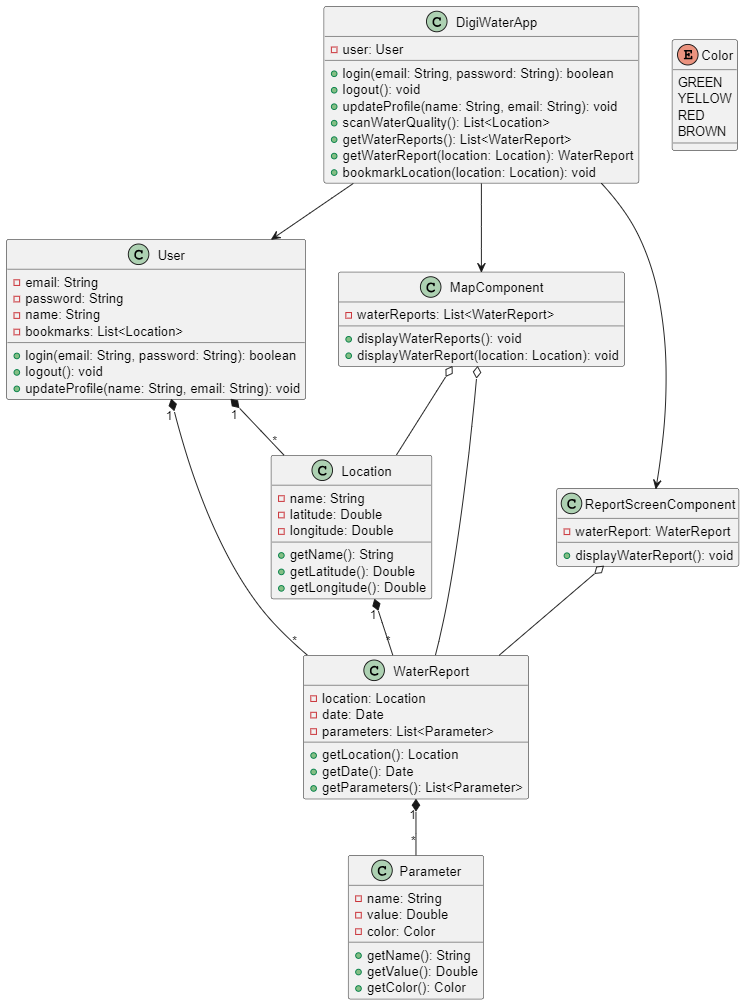
Earlier version of the PlantUML export READMEresources/DomainModel.png (FEUP-LEIC-ES-2023-24/2LEIC03T3). Its source is kept beside it as UMLdiagrams/DomainModel.wsd.
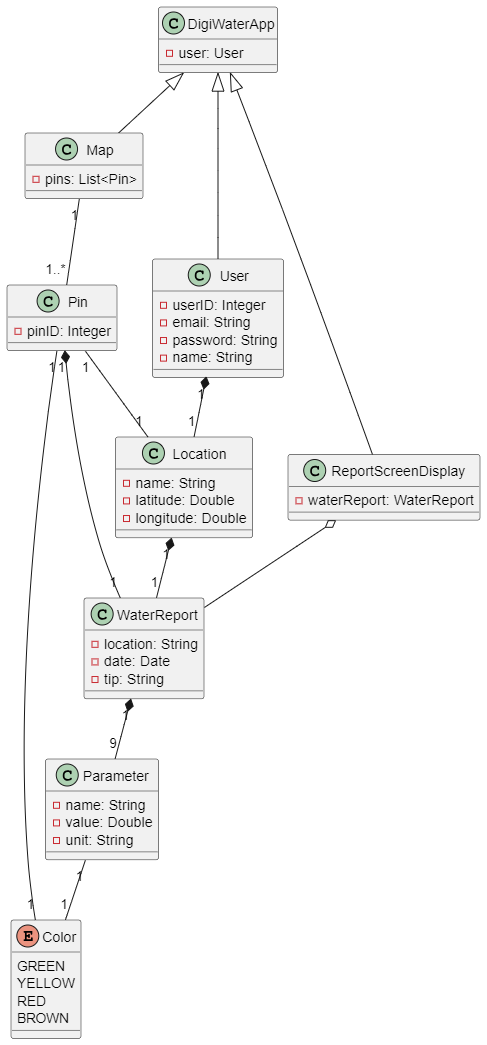
After the change.

What changed in the source:
```diff
@@ -1,40 +1,28 @@
 @startuml
 
 class User {
+    - userID: Integer
     - email: String
     - password: String
     - name: String
-    - bookmarks: List<Location>
-    + login(email: String, password: String): boolean
-    + logout(): void
-    + updateProfile(name: String, email: String): void
 }
 
 class Location {
     - name: String
     - latitude: Double
     - longitude: Double
-    + getName(): String
-    + getLatitude(): Double
-    + getLongitude(): Double
 }
 
 class WaterReport {
-    - location: Location
+    - location: String
     - date: Date
-    - parameters: List<Parameter>
-    + getLocation(): Location
-    + getDate(): Date
-    + getParameters(): List<Parameter>
+    - tip: String
 }
 
 class Parameter {
     - name: String
     - value: Double
-    - color: Color
-    + getName(): String
-    + getValue(): Double
-    + getColor(): Color
+    - unit: String
 }
 
 enum Color {
@@ -46,35 +34,31 @@
 
 class DigiWaterApp {
     - user: User
-    + login(email: String, password: String): boolean
-    + logout(): void
-    + updateProfile(name: String, email: String): void
-    + scanWaterQuality(): List<Location>
-    + getWaterReports(): List<WaterReport>
-    + getWaterReport(location: Location): WaterReport
-    + bookmarkLocation(location: Location): void
 }
 
-class MapComponent {
-    - waterReports: List<WaterReport>
-    + displayWaterReports(): void
-    + displayWaterReport(location: Location): void
+class Map {
+    - pins: List<Pin>
 }
 
-class ReportScreenComponent {
-    - waterReport: WaterReport
-    + displayWaterReport(): void
+class Pin {
+    - pinID: Integer
 }
 
-DigiWaterApp --> User
-DigiWaterApp --> MapComponent
-DigiWaterApp --> ReportScreenComponent
-User "1" *-- "*" Location
-User "1" *-- "*" WaterReport
-Location "1" *-- "*" WaterReport
-WaterReport "1" *-- "*" Parameter
-MapComponent o-- Location
-MapComponent o-- WaterReport
-ReportScreenComponent o-- WaterReport
+class ReportScreenDisplay {
+    - waterReport: WaterReport
+}
+
+DigiWaterApp <|-- User
+DigiWaterApp <|-- Map
+DigiWaterApp <|-- ReportScreenDisplay
+User "1" *-- "1" Location
+WaterReport "1" *-- "9" Parameter
+ReportScreenDisplay o-- WaterReport
+Parameter "1" -- "1" Color
+Map "1" -- "1..*" Pin
+Pin "1" *-- "1" WaterReport
+Pin "1" -- "1" Location
+Location "1" *-- "1" WaterReport
+Pin "1" -- "1" Color
 
 @enduml
```
